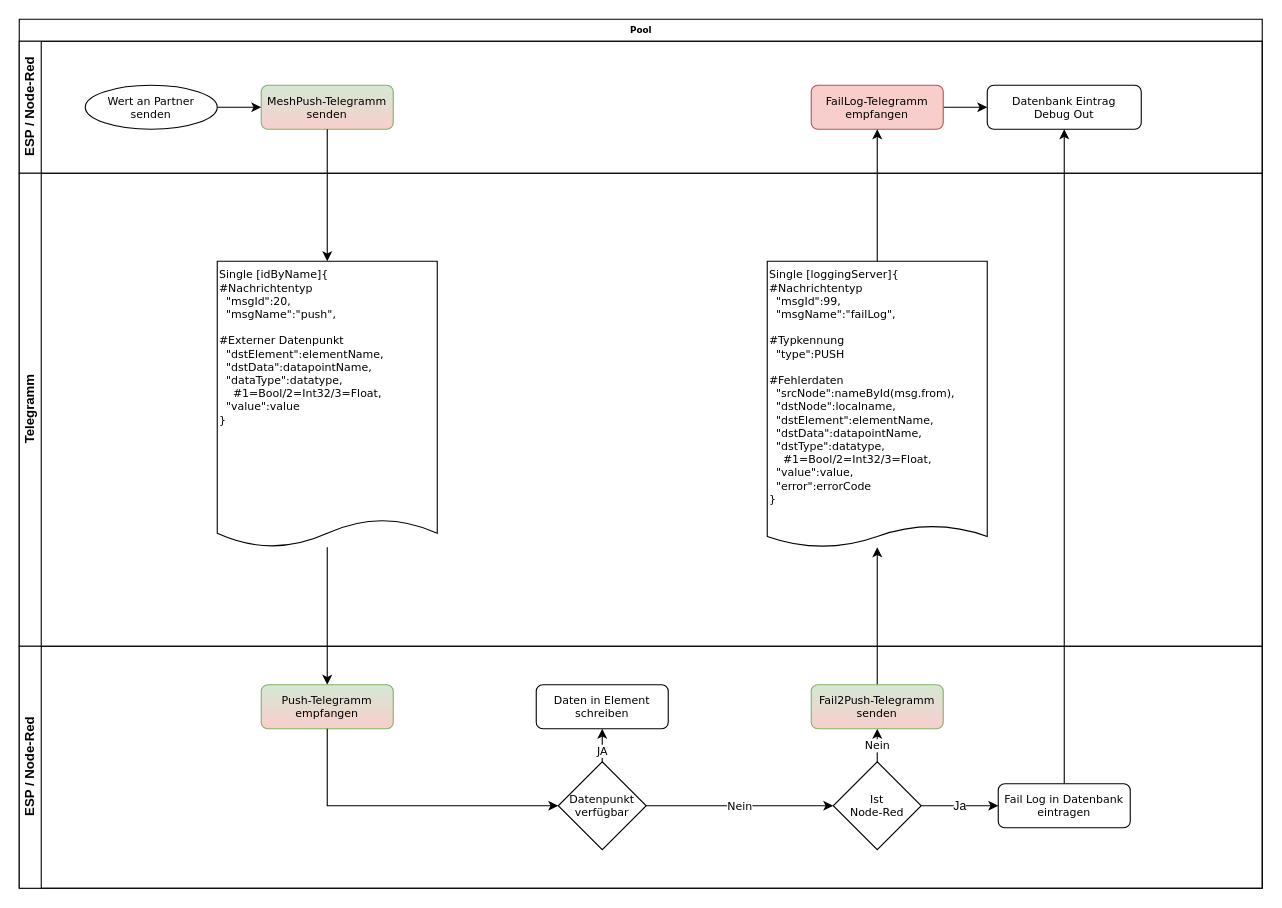
The draw.io diagram page "Push [2x]" (2 of 10) of Dokumente/IOT_Structure.drawio in IchOK/JCA_IOT, before the edit. Source tidied: cells renumbered, new cells numbered last; positions are measured from the earlier drawing's top-left corner, leaving out a move shared by most shapes. Both pictures are drawn from the tidied source at 110%, with x=0, y=0 at pixel (19, 19).
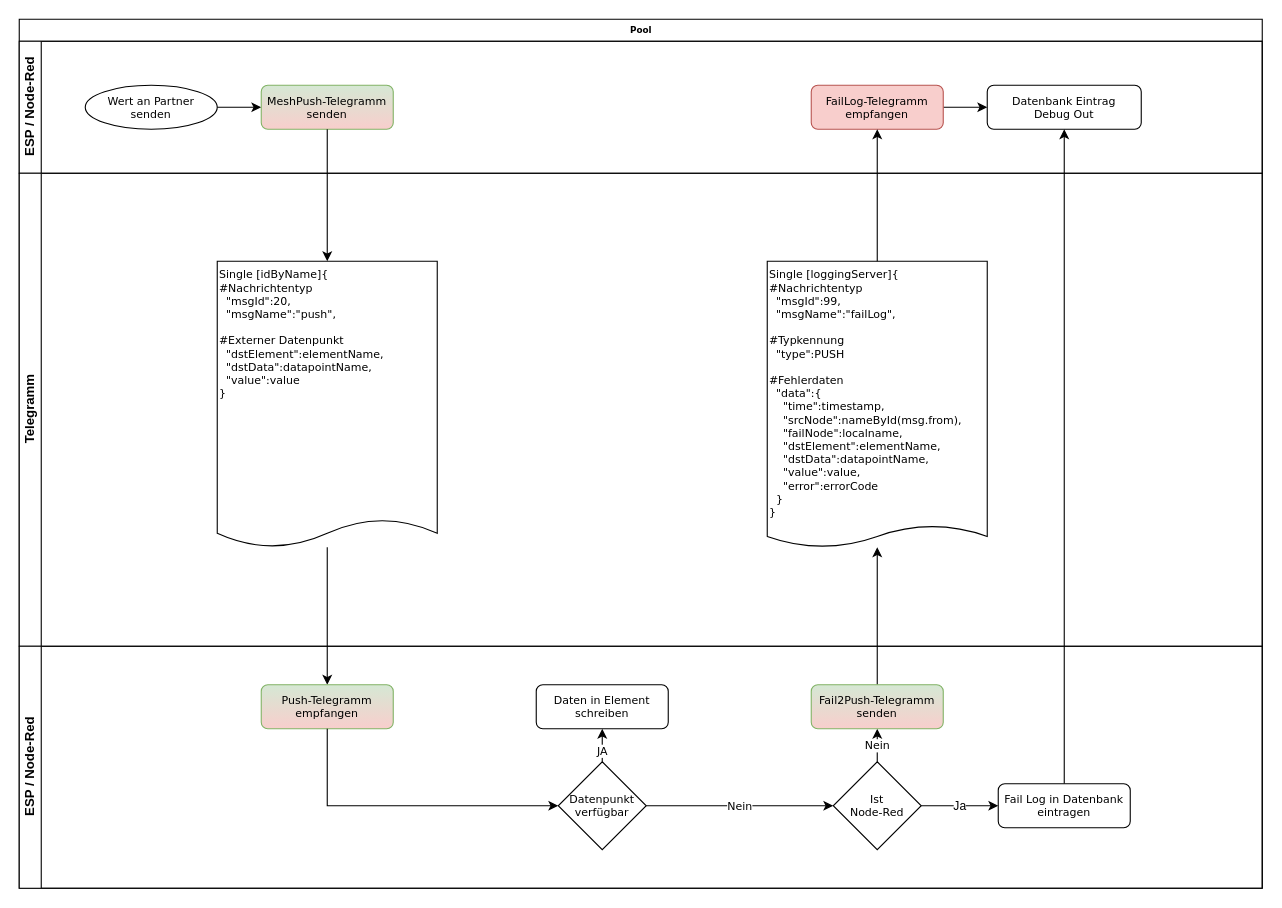
After the change.

The change refers to these unchanged cells:
```xml
<mxCell id="10" value="Telegramm" style="swimlane;html=1;startSize=20;horizontal=0;swimlaneFillColor=none;" parent="2" vertex="1">
  <mxGeometry y="140" width="1130" height="430" as="geometry" />
</mxCell>
```

Change to the diagram source:
```diff
@@
-    <mxCell id="11" value="Single [idByName]{&lt;span&gt;&lt;br&gt;&lt;/span&gt;#Nachrichtentyp&lt;br&gt;&lt;span&gt;&amp;nbsp; &quot;msgId&quot;:20,&lt;br&gt;&lt;/span&gt;&amp;nbsp; &quot;msgName&quot;:&quot;push&quot;,&lt;br&gt;&lt;br&gt;#Externer Datenpunkt&lt;br&gt;&lt;span&gt;&amp;nbsp; &quot;dstElement&quot;:elementName,&lt;br&gt;&amp;nbsp; &quot;dstData&quot;:datapointName,&lt;br&gt;&lt;/span&gt;&amp;nbsp; &quot;dataType&quot;:datatype,&lt;br&gt;&amp;nbsp; &amp;nbsp; #1=Bool/2=Int32/3=Float,&lt;br&gt;&lt;span&gt;&amp;nbsp; &quot;value&quot;:value&lt;br&gt;&lt;/span&gt;&lt;span&gt;}&lt;br&gt;&lt;/span&gt;" style="shape=document;whiteSpace=wrap;html=1;boundedLbl=1;fontFamily=Verdana;fontSize=10;align=left;verticalAlign=top;size=0.09727269952947443;" parent="10" vertex="1">
+    <mxCell id="11" value="Single [idByName]{&lt;span&gt;&lt;br&gt;&lt;/span&gt;#Nachrichtentyp&lt;br&gt;&lt;span&gt;&amp;nbsp; &quot;msgId&quot;:20,&lt;br&gt;&lt;/span&gt;&amp;nbsp; &quot;msgName&quot;:&quot;push&quot;,&lt;br&gt;&lt;br&gt;#Externer Datenpunkt&lt;br&gt;&lt;span&gt;&amp;nbsp; &quot;dstElement&quot;:elementName,&lt;br&gt;&amp;nbsp; &quot;dstData&quot;:datapointName,&lt;br&gt;&lt;/span&gt;&lt;span&gt;&amp;nbsp; &quot;value&quot;:value&lt;br&gt;&lt;/span&gt;&lt;span&gt;}&lt;br&gt;&lt;/span&gt;" style="shape=document;whiteSpace=wrap;html=1;boundedLbl=1;fontFamily=Verdana;fontSize=10;align=left;verticalAlign=top;size=0.09727269952947443;" parent="10" vertex="1">
       <mxGeometry x="180" y="80" width="200" height="260" as="geometry" />
     </mxCell>
-    <mxCell id="12" value="Single [loggingServer]{&lt;span&gt;&lt;br&gt;&lt;/span&gt;#Nachrichtentyp&lt;br&gt;&lt;span&gt;&amp;nbsp; &quot;msgId&quot;:99,&lt;br&gt;&lt;/span&gt;&amp;nbsp; &quot;msgName&quot;:&quot;failLog&quot;,&lt;br&gt;&lt;br&gt;#Typkennung&lt;br&gt;&amp;nbsp; &quot;type&quot;:PUSH&lt;br&gt;&lt;br&gt;#Fehlerdaten&lt;br&gt;&amp;nbsp; &quot;srcNode&quot;:nameById(msg.from),&lt;br&gt;&amp;nbsp; &quot;dstNode&quot;:localname,&lt;br&gt;&amp;nbsp; &quot;dstElement&quot;:elementName,&lt;br&gt;&amp;nbsp; &quot;dstData&quot;:datapointName,&lt;br&gt;&amp;nbsp; &quot;dstType&quot;:datatype,&lt;br&gt;&amp;nbsp; &amp;nbsp; #1=Bool/2=Int32/3=Float,&lt;br&gt;&amp;nbsp; &quot;value&quot;:value,&lt;br&gt;&amp;nbsp; &quot;error&quot;:errorCode&lt;br&gt;}" style="shape=document;whiteSpace=wrap;html=1;boundedLbl=1;fontFamily=Verdana;fontSize=10;align=left;verticalAlign=top;size=0.07583325703938802;" parent="10" vertex="1">
+    <mxCell id="12" value="Single [loggingServer]{&lt;span&gt;&lt;br&gt;&lt;/span&gt;#Nachrichtentyp&lt;br&gt;&lt;span&gt;&amp;nbsp; &quot;msgId&quot;:99,&lt;br&gt;&lt;/span&gt;&amp;nbsp; &quot;msgName&quot;:&quot;failLog&quot;,&lt;br&gt;&lt;br&gt;#Typkennung&lt;br&gt;&amp;nbsp; &quot;type&quot;:PUSH&lt;br&gt;&lt;br&gt;#Fehlerdaten&lt;br&gt;&amp;nbsp; &quot;data&quot;:{&lt;br&gt;&amp;nbsp; &amp;nbsp; &quot;time&quot;:timestamp,&lt;br&gt;&amp;nbsp; &amp;nbsp; &quot;srcNode&quot;:nameById(msg.from),&lt;br&gt;&amp;nbsp; &amp;nbsp; &quot;failNode&quot;:localname,&lt;br&gt;&amp;nbsp; &amp;nbsp; &quot;dstElement&quot;:elementName,&lt;br&gt;&amp;nbsp; &amp;nbsp; &quot;dstData&quot;:datapointName,&lt;br&gt;&amp;nbsp; &amp;nbsp; &quot;value&quot;:value,&lt;br&gt;&amp;nbsp; &amp;nbsp; &quot;error&quot;:errorCode&lt;br&gt;&amp;nbsp; }&lt;br&gt;}" style="shape=document;whiteSpace=wrap;html=1;boundedLbl=1;fontFamily=Verdana;fontSize=10;align=left;verticalAlign=top;size=0.07583325703938802;" parent="10" vertex="1">
       <mxGeometry x="680" y="80" width="200" height="260" as="geometry" />
     </mxCell>
```
